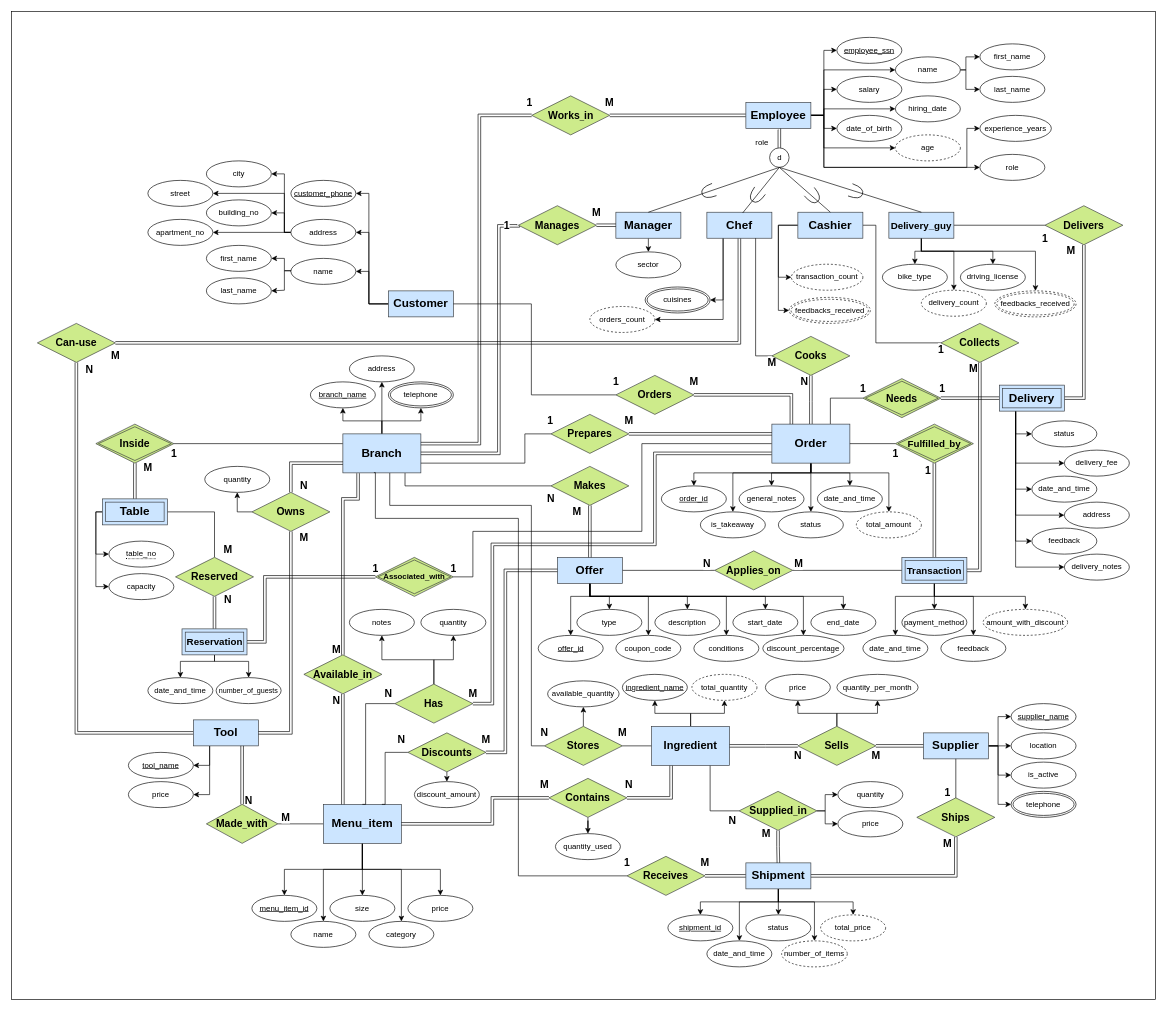
Above: diagrams/EER_diagram.drawio in Deadreyo/Restaurant-Franchise-SQL-Database (draw.io), before the change. Source tidied: cells renumbered, new cells numbered last; positions are measured from the earlier drawing's top-left corner, leaving out a move shared by most shapes. Both pictures are drawn from the tidied source at 65%, with x=0, y=0 at pixel (11, 11).
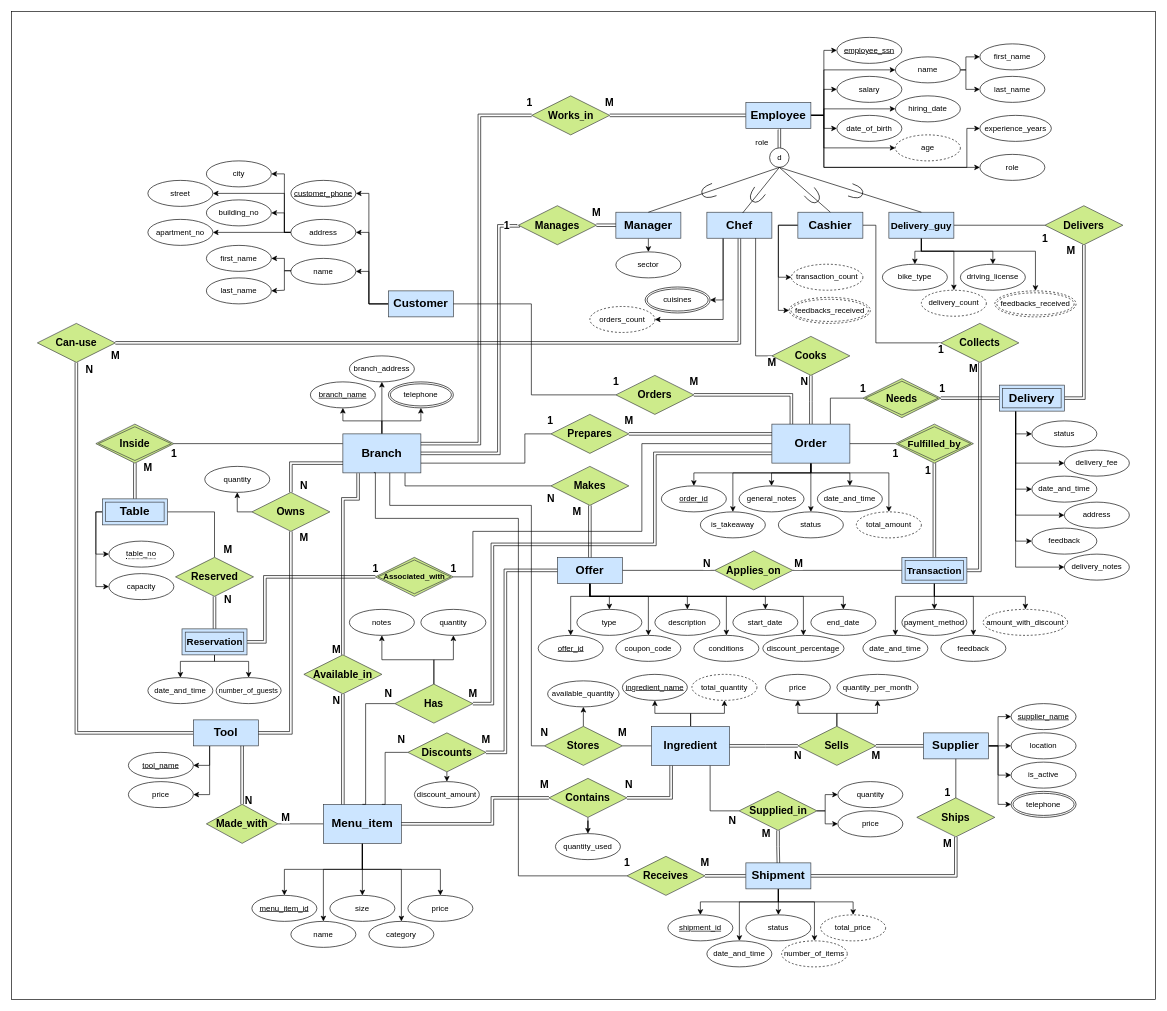
Above is the later version.

Change to the diagram source:
```diff
@@
-    <mxCell id="127" value="&lt;span&gt;address&lt;/span&gt;" style="ellipse;whiteSpace=wrap;html=1;fontStyle=0;" parent="1" vertex="1">
+    <mxCell id="127" value="&lt;span&gt;branch_&lt;/span&gt;&lt;span style=&quot;background-color: initial;&quot;&gt;address&lt;/span&gt;" style="ellipse;whiteSpace=wrap;html=1;fontStyle=0;" parent="1" vertex="1">
       <mxGeometry x="520" y="530" width="100" height="40" as="geometry" />
     </mxCell>
```
